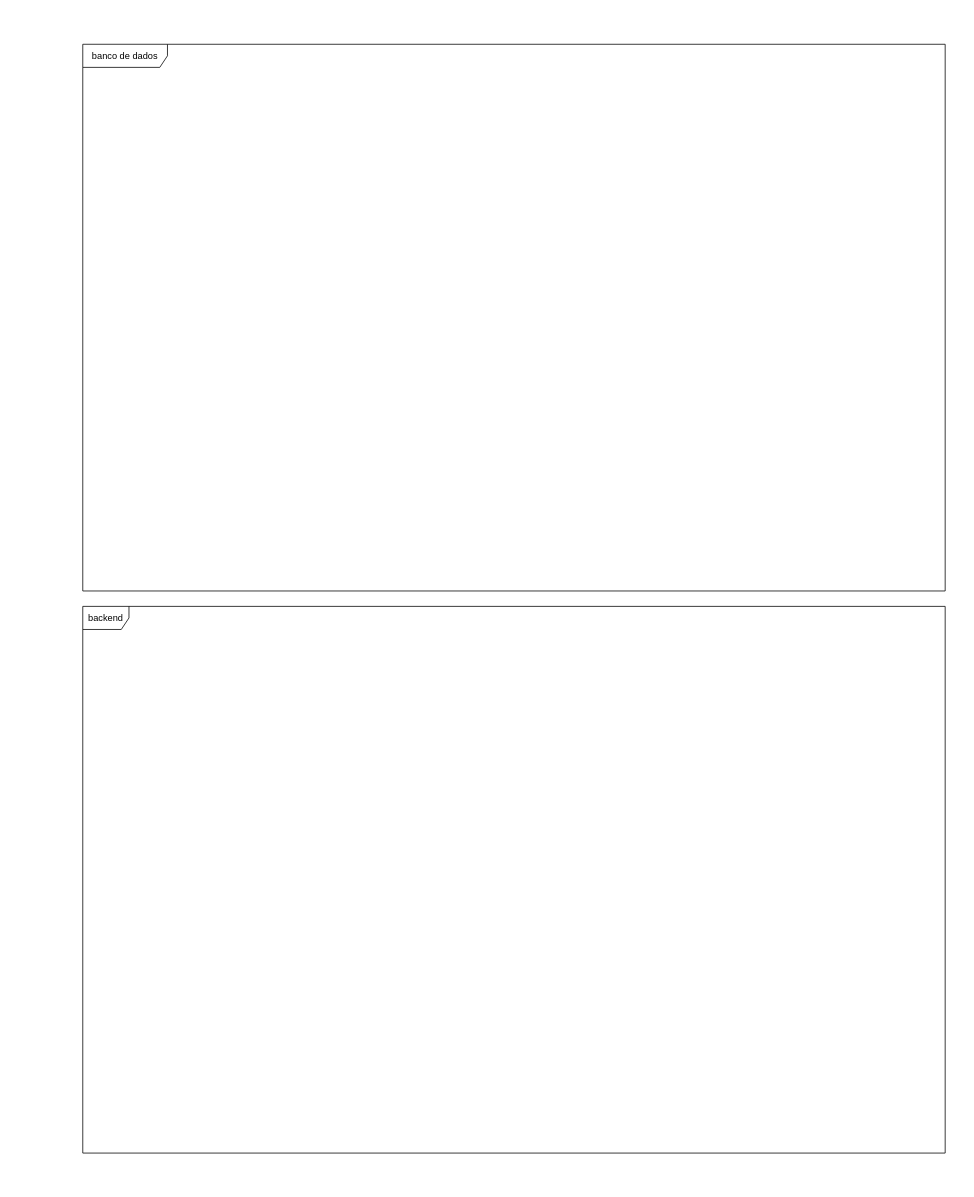
Before: page "EQ6" (6 of 8) of equipes.drawio in hannaBanannaOF/entra21-git-inicio, a draw.io diagram. Source tidied: cells renumbered, new cells numbered last; positions are measured from the earlier drawing's top-left corner, leaving out a move shared by most shapes. Both pictures are drawn from the tidied source at 77%, with x=0, y=0 at pixel (82, 44).
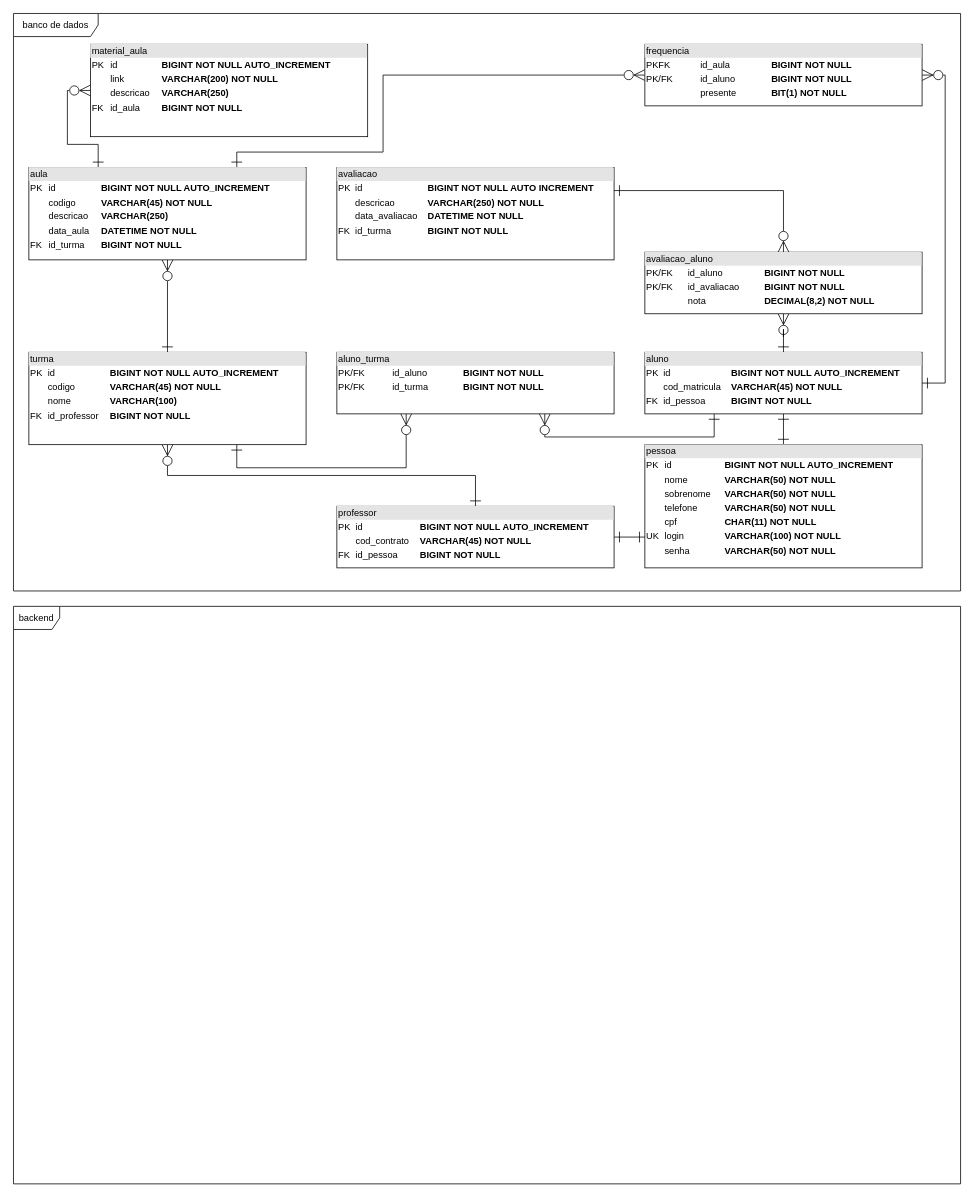
The same page after the edit.

What changed in the source:
```diff
@@
     <mxCell id="2" value="banco de dados" style="shape=umlFrame;whiteSpace=wrap;html=1;width=110;height=30;" parent="1" vertex="1">
-      <mxGeometry width="1120" height="710" as="geometry" />
+      <mxGeometry x="-90" y="-40" width="1230" height="750" as="geometry" />
     </mxCell>
     <mxCell id="3" value="backend" style="shape=umlFrame;whiteSpace=wrap;html=1;" parent="1" vertex="1">
-      <mxGeometry y="730" width="1120" height="710" as="geometry" />
+      <mxGeometry x="-90" y="730" width="1230" height="750" as="geometry" />
     </mxCell>
+    <mxCell id="4" style="edgeStyle=orthogonalEdgeStyle;rounded=0;jettySize=auto;html=1;exitX=0.5;exitY=0;exitDx=0;exitDy=0;entryX=0.5;entryY=1;entryDx=0;entryDy=0;startArrow=ERone;startFill=0;endArrow=ERone;endFill=0;endSize=12;startSize=12;" parent="1" edge="1" source="5" target="9">
+      <mxGeometry relative="1" as="geometry" />
+    </mxCell>
+    <mxCell id="5" value="&lt;div style=&quot;box-sizing:border-box;width:100%;background:#e4e4e4;padding:2px;&quot;&gt;pessoa&lt;/div&gt;&lt;table style=&quot;width:100%;font-size:1em;&quot; cellpadding=&quot;2&quot; cellspacing=&quot;0&quot;&gt;&lt;tbody&gt;&lt;tr&gt;&lt;td&gt;PK&lt;/td&gt;&lt;td&gt;id&amp;nbsp;&lt;/td&gt;&lt;td&gt;&lt;b&gt;BIGINT&amp;nbsp;NOT NULL AUTO_INCREMENT&lt;/b&gt;&lt;br&gt;&lt;/td&gt;&lt;/tr&gt;&lt;tr&gt;&lt;td&gt;&lt;br&gt;&lt;/td&gt;&lt;td&gt;nome&amp;nbsp;&lt;br&gt;&lt;/td&gt;&lt;td&gt;&lt;b&gt;VARCHAR(50) NOT NULL&lt;/b&gt;&lt;br&gt;&lt;/td&gt;&lt;/tr&gt;&lt;tr&gt;&lt;td&gt;&lt;br&gt;&lt;/td&gt;&lt;td&gt;sobrenome&amp;nbsp;&lt;br&gt;&lt;/td&gt;&lt;td&gt;&lt;b&gt;VARCHAR(50) NOT NULL&lt;/b&gt;&lt;br&gt;&lt;/td&gt;&lt;/tr&gt;&lt;tr&gt;&lt;td&gt;&lt;br&gt;&lt;/td&gt;&lt;td&gt;telefone&lt;/td&gt;&lt;td&gt;&lt;b&gt;VARCHAR(50) NOT NULL&lt;/b&gt;&lt;/td&gt;&lt;/tr&gt;&lt;tr&gt;&lt;td&gt;&lt;br&gt;&lt;/td&gt;&lt;td&gt;cpf&lt;/td&gt;&lt;td&gt;&lt;b&gt;CHAR(11) NOT NULL&lt;/b&gt;&lt;/td&gt;&lt;/tr&gt;&lt;tr&gt;&lt;td&gt;UK&lt;/td&gt;&lt;td&gt;login&lt;/td&gt;&lt;td&gt;&lt;b&gt;VARCHAR(100) NOT NULL&lt;/b&gt;&lt;/td&gt;&lt;/tr&gt;&lt;tr&gt;&lt;td&gt;&lt;br&gt;&lt;/td&gt;&lt;td&gt;senha&lt;/td&gt;&lt;td&gt;&lt;b&gt;VARCHAR(50) NOT NULL&lt;/b&gt;&lt;/td&gt;&lt;/tr&gt;&lt;/tbody&gt;&lt;/table&gt;" style="verticalAlign=top;align=left;overflow=fill;html=1;" parent="1" vertex="1">
+      <mxGeometry x="730" y="520" width="360" height="160" as="geometry" />
+    </mxCell>
+    <mxCell id="6" style="edgeStyle=orthogonalEdgeStyle;rounded=0;jettySize=auto;html=1;exitX=0.25;exitY=1;exitDx=0;exitDy=0;entryX=0.75;entryY=1;entryDx=0;entryDy=0;startArrow=ERone;startFill=0;endArrow=ERzeroToMany;endFill=0;startSize=12;endSize=12;" parent="1" edge="1" source="9" target="20">
+      <mxGeometry relative="1" as="geometry" />
+    </mxCell>
+    <mxCell id="7" style="edgeStyle=orthogonalEdgeStyle;rounded=0;jettySize=auto;html=1;exitX=0.5;exitY=0;exitDx=0;exitDy=0;startArrow=ERone;startFill=0;endArrow=ERzeroToMany;endFill=0;startSize=12;endSize=12;" parent="1" edge="1" source="9" target="24">
+      <mxGeometry relative="1" as="geometry" />
+    </mxCell>
+    <mxCell id="8" style="edgeStyle=orthogonalEdgeStyle;rounded=0;jettySize=auto;html=1;exitX=1;exitY=0.5;exitDx=0;exitDy=0;entryX=1;entryY=0.5;entryDx=0;entryDy=0;startArrow=ERone;startFill=0;endArrow=ERzeroToMany;endFill=0;startSize=12;endSize=12;" parent="1" edge="1" source="9" target="19">
+      <mxGeometry relative="1" as="geometry" />
+    </mxCell>
+    <mxCell id="9" value="&lt;div style=&quot;box-sizing:border-box;width:100%;background:#e4e4e4;padding:2px;&quot;&gt;aluno&lt;/div&gt;&lt;table style=&quot;width:100%;font-size:1em;&quot; cellpadding=&quot;2&quot; cellspacing=&quot;0&quot;&gt;&lt;tbody&gt;&lt;tr&gt;&lt;td&gt;PK&lt;/td&gt;&lt;td&gt;id&lt;/td&gt;&lt;td&gt;&lt;b&gt;BIGINT&lt;/b&gt;&amp;nbsp;&lt;b&gt;NOT NULL AUTO_INCREMENT&lt;/b&gt;&lt;br&gt;&lt;/td&gt;&lt;/tr&gt;&lt;tr&gt;&lt;td&gt;&lt;br&gt;&lt;/td&gt;&lt;td&gt;cod_matricula&lt;/td&gt;&lt;td&gt;&lt;b&gt;VARCHAR(45) NOT NULL&lt;/b&gt;&lt;/td&gt;&lt;/tr&gt;&lt;tr&gt;&lt;td&gt;FK&lt;/td&gt;&lt;td&gt;id_pessoa&lt;/td&gt;&lt;td&gt;&lt;b&gt;BIGINT NOT NULL&lt;/b&gt;&lt;/td&gt;&lt;/tr&gt;&lt;/tbody&gt;&lt;/table&gt;" style="verticalAlign=top;align=left;overflow=fill;html=1;" parent="1" vertex="1">
+      <mxGeometry x="730" y="400" width="360" height="80" as="geometry" />
+    </mxCell>
+    <mxCell id="10" style="edgeStyle=orthogonalEdgeStyle;rounded=0;jettySize=auto;html=1;exitX=1;exitY=0.5;exitDx=0;exitDy=0;entryX=0;entryY=0.75;entryDx=0;entryDy=0;startArrow=ERone;startFill=0;endArrow=ERone;endFill=0;startSize=12;endSize=12;" parent="1" edge="1" source="12" target="5">
+      <mxGeometry relative="1" as="geometry" />
+    </mxCell>
+    <mxCell id="11" style="edgeStyle=orthogonalEdgeStyle;rounded=0;jettySize=auto;html=1;exitX=0.5;exitY=0;exitDx=0;exitDy=0;entryX=0.5;entryY=1;entryDx=0;entryDy=0;startArrow=ERone;startFill=0;endArrow=ERzeroToMany;endFill=0;startSize=12;endSize=12;" parent="1" edge="1" source="12" target="15">
+      <mxGeometry relative="1" as="geometry" />
+    </mxCell>
+    <mxCell id="12" value="&lt;div style=&quot;box-sizing:border-box;width:100%;background:#e4e4e4;padding:2px;&quot;&gt;professor&lt;/div&gt;&lt;table style=&quot;width:100%;font-size:1em;&quot; cellpadding=&quot;2&quot; cellspacing=&quot;0&quot;&gt;&lt;tbody&gt;&lt;tr&gt;&lt;td&gt;PK&lt;/td&gt;&lt;td&gt;id&lt;/td&gt;&lt;td&gt;&lt;b&gt;BIGINT&lt;/b&gt;&amp;nbsp;&lt;b&gt;NOT NULL AUTO_INCREMENT&lt;/b&gt;&lt;br&gt;&lt;/td&gt;&lt;/tr&gt;&lt;tr&gt;&lt;td&gt;&lt;br&gt;&lt;/td&gt;&lt;td&gt;cod_contrato&lt;/td&gt;&lt;td&gt;&lt;b&gt;VARCHAR(45) NOT NULL&lt;/b&gt;&lt;/td&gt;&lt;/tr&gt;&lt;tr&gt;&lt;td&gt;FK&lt;/td&gt;&lt;td&gt;id_pessoa&lt;/td&gt;&lt;td&gt;&lt;b&gt;BIGINT NOT NULL&lt;/b&gt;&lt;/td&gt;&lt;/tr&gt;&lt;/tbody&gt;&lt;/table&gt;" style="verticalAlign=top;align=left;overflow=fill;html=1;" parent="1" vertex="1">
+      <mxGeometry x="330" y="600" width="360" height="80" as="geometry" />
+    </mxCell>
+    <mxCell id="13" style="edgeStyle=orthogonalEdgeStyle;rounded=0;jettySize=auto;html=1;exitX=0.5;exitY=0;exitDx=0;exitDy=0;entryX=0.5;entryY=1;entryDx=0;entryDy=0;startArrow=ERone;startFill=0;endArrow=ERzeroToMany;endFill=0;startSize=12;endSize=12;" parent="1" edge="1" source="15" target="18">
+      <mxGeometry relative="1" as="geometry" />
+    </mxCell>
+    <mxCell id="14" style="edgeStyle=orthogonalEdgeStyle;rounded=0;jettySize=auto;html=1;exitX=0.75;exitY=1;exitDx=0;exitDy=0;entryX=0.25;entryY=1;entryDx=0;entryDy=0;startArrow=ERone;startFill=0;endArrow=ERzeroToMany;endFill=0;startSize=12;endSize=12;" parent="1" edge="1" source="15" target="20">
+      <mxGeometry relative="1" as="geometry" />
+    </mxCell>
+    <mxCell id="15" value="&lt;div style=&quot;box-sizing:border-box;width:100%;background:#e4e4e4;padding:2px;&quot;&gt;turma&lt;/div&gt;&lt;table style=&quot;width:100%;font-size:1em;&quot; cellpadding=&quot;2&quot; cellspacing=&quot;0&quot;&gt;&lt;tbody&gt;&lt;tr&gt;&lt;td&gt;PK&lt;/td&gt;&lt;td&gt;id&lt;/td&gt;&lt;td&gt;&lt;b&gt;BIGINT&lt;/b&gt;&amp;nbsp;&lt;b&gt;NOT NULL AUTO_INCREMENT&lt;/b&gt;&lt;br&gt;&lt;/td&gt;&lt;/tr&gt;&lt;tr&gt;&lt;td&gt;&lt;br&gt;&lt;/td&gt;&lt;td&gt;codigo&lt;/td&gt;&lt;td&gt;&lt;b&gt;VARCHAR(45) NOT NULL&lt;/b&gt;&lt;/td&gt;&lt;/tr&gt;&lt;tr&gt;&lt;td&gt;&lt;br&gt;&lt;/td&gt;&lt;td&gt;nome&lt;/td&gt;&lt;td&gt;&lt;b&gt;VARCHAR(100)&lt;/b&gt;&lt;/td&gt;&lt;/tr&gt;&lt;tr&gt;&lt;td&gt;FK&lt;/td&gt;&lt;td&gt;id_professor&lt;/td&gt;&lt;td&gt;&lt;b&gt;BIGINT NOT NULL&lt;/b&gt;&lt;/td&gt;&lt;/tr&gt;&lt;/tbody&gt;&lt;/table&gt;" style="verticalAlign=top;align=left;overflow=fill;html=1;" parent="1" vertex="1">
+      <mxGeometry x="-70" y="400" width="360" height="120" as="geometry" />
+    </mxCell>
+    <mxCell id="16" style="edgeStyle=orthogonalEdgeStyle;rounded=0;jettySize=auto;html=1;exitX=0.25;exitY=0;exitDx=0;exitDy=0;entryX=0;entryY=0.5;entryDx=0;entryDy=0;startArrow=ERone;startFill=0;endArrow=ERzeroToMany;endFill=0;startSize=12;endSize=12;" parent="1" edge="1" source="18" target="21">
+      <mxGeometry relative="1" as="geometry" />
+    </mxCell>
+    <mxCell id="17" style="edgeStyle=orthogonalEdgeStyle;rounded=0;jettySize=auto;html=1;exitX=0.75;exitY=0;exitDx=0;exitDy=0;entryX=0;entryY=0.5;entryDx=0;entryDy=0;startArrow=ERone;startFill=0;endArrow=ERzeroToMany;endFill=0;startSize=12;endSize=12;" parent="1" edge="1" source="18" target="19">
+      <mxGeometry relative="1" as="geometry">
+        <Array as="points">
+          <mxPoint x="200" y="140" />
+          <mxPoint x="390" y="140" />
+          <mxPoint x="390" y="40" />
+        </Array>
+      </mxGeometry>
+    </mxCell>
+    <mxCell id="18" value="&lt;div style=&quot;box-sizing:border-box;width:100%;background:#e4e4e4;padding:2px;&quot;&gt;aula&lt;/div&gt;&lt;table style=&quot;width:100%;font-size:1em;&quot; cellpadding=&quot;2&quot; cellspacing=&quot;0&quot;&gt;&lt;tbody&gt;&lt;tr&gt;&lt;td&gt;PK&lt;/td&gt;&lt;td&gt;id&lt;/td&gt;&lt;td&gt;&lt;b&gt;BIGINT&lt;/b&gt;&amp;nbsp;&lt;b&gt;NOT NULL AUTO_INCREMENT&lt;/b&gt;&lt;br&gt;&lt;/td&gt;&lt;/tr&gt;&lt;tr&gt;&lt;td&gt;&lt;br&gt;&lt;/td&gt;&lt;td&gt;codigo&lt;/td&gt;&lt;td&gt;&lt;b&gt;VARCHAR(45) NOT NULL&lt;/b&gt;&lt;/td&gt;&lt;/tr&gt;&lt;tr&gt;&lt;td&gt;&lt;br&gt;&lt;/td&gt;&lt;td&gt;descricao&lt;/td&gt;&lt;td&gt;&lt;b&gt;VARCHAR(250)&lt;/b&gt;&lt;/td&gt;&lt;/tr&gt;&lt;tr&gt;&lt;td&gt;&lt;br&gt;&lt;/td&gt;&lt;td&gt;data_aula&lt;/td&gt;&lt;td&gt;&lt;b&gt;DATETIME NOT NULL&lt;/b&gt;&lt;/td&gt;&lt;/tr&gt;&lt;tr&gt;&lt;td&gt;FK&lt;/td&gt;&lt;td&gt;id_turma&lt;/td&gt;&lt;td&gt;&lt;b&gt;BIGINT NOT NULL&lt;/b&gt;&lt;/td&gt;&lt;/tr&gt;&lt;/tbody&gt;&lt;/table&gt;" style="verticalAlign=top;align=left;overflow=fill;html=1;" parent="1" vertex="1">
+      <mxGeometry x="-70" y="160" width="360" height="120" as="geometry" />
+    </mxCell>
+    <mxCell id="19" value="&lt;div style=&quot;box-sizing:border-box;width:100%;background:#e4e4e4;padding:2px;&quot;&gt;frequencia&lt;/div&gt;&lt;table style=&quot;width:100%;font-size:1em;&quot; cellpadding=&quot;2&quot; cellspacing=&quot;0&quot;&gt;&lt;tbody&gt;&lt;tr&gt;&lt;td&gt;PKFK&lt;/td&gt;&lt;td&gt;id_aula&lt;/td&gt;&lt;td&gt;&lt;b&gt;BIGINT&lt;/b&gt;&amp;nbsp;&lt;b&gt;NOT NULL&lt;/b&gt;&lt;br&gt;&lt;/td&gt;&lt;/tr&gt;&lt;tr&gt;&lt;td&gt;PK/FK&lt;/td&gt;&lt;td&gt;id_aluno&lt;/td&gt;&lt;td&gt;&lt;b&gt;BIGINT NOT NULL&lt;/b&gt;&lt;/td&gt;&lt;/tr&gt;&lt;tr&gt;&lt;td&gt;&lt;br&gt;&lt;/td&gt;&lt;td&gt;presente&lt;/td&gt;&lt;td&gt;&lt;b&gt;BIT(1) NOT NULL&lt;/b&gt;&lt;/td&gt;&lt;/tr&gt;&lt;/tbody&gt;&lt;/table&gt;" style="verticalAlign=top;align=left;overflow=fill;html=1;" parent="1" vertex="1">
+      <mxGeometry x="730" width="360" height="80" as="geometry" />
+    </mxCell>
+    <mxCell id="20" value="&lt;div style=&quot;box-sizing:border-box;width:100%;background:#e4e4e4;padding:2px;&quot;&gt;aluno_turma&lt;/div&gt;&lt;table style=&quot;width:100%;font-size:1em;&quot; cellpadding=&quot;2&quot; cellspacing=&quot;0&quot;&gt;&lt;tbody&gt;&lt;tr&gt;&lt;td&gt;PK/FK&lt;/td&gt;&lt;td&gt;id_aluno&lt;/td&gt;&lt;td&gt;&lt;b&gt;BIGINT&lt;/b&gt;&amp;nbsp;&lt;b&gt;NOT NULL&lt;/b&gt;&lt;br&gt;&lt;/td&gt;&lt;/tr&gt;&lt;tr&gt;&lt;td&gt;PK/FK&lt;/td&gt;&lt;td&gt;id_turma&lt;/td&gt;&lt;td&gt;&lt;b&gt;BIGINT NOT NULL&lt;/b&gt;&lt;/td&gt;&lt;/tr&gt;&lt;/tbody&gt;&lt;/table&gt;" style="verticalAlign=top;align=left;overflow=fill;html=1;" parent="1" vertex="1">
+      <mxGeometry x="330" y="400" width="360" height="80" as="geometry" />
+    </mxCell>
+    <mxCell id="21" value="&lt;div style=&quot;box-sizing:border-box;width:100%;background:#e4e4e4;padding:2px;&quot;&gt;material_aula&lt;/div&gt;&lt;table style=&quot;width:100%;font-size:1em;&quot; cellpadding=&quot;2&quot; cellspacing=&quot;0&quot;&gt;&lt;tbody&gt;&lt;tr&gt;&lt;td&gt;PK&lt;/td&gt;&lt;td&gt;id&lt;/td&gt;&lt;td&gt;&lt;b&gt;BIGINT&lt;/b&gt;&amp;nbsp;&lt;b&gt;NOT NULL AUTO_INCREMENT&lt;/b&gt;&lt;br&gt;&lt;/td&gt;&lt;/tr&gt;&lt;tr&gt;&lt;td&gt;&lt;br&gt;&lt;/td&gt;&lt;td&gt;link&lt;/td&gt;&lt;td&gt;&lt;b&gt;VARCHAR(200) NOT NULL&lt;/b&gt;&lt;/td&gt;&lt;/tr&gt;&lt;tr&gt;&lt;td&gt;&lt;br&gt;&lt;/td&gt;&lt;td&gt;descricao&lt;/td&gt;&lt;td&gt;&lt;b&gt;VARCHAR(250)&lt;/b&gt;&lt;/td&gt;&lt;/tr&gt;&lt;tr&gt;&lt;td&gt;FK&lt;/td&gt;&lt;td&gt;id_aula&lt;/td&gt;&lt;td&gt;&lt;b&gt;BIGINT NOT NULL&lt;/b&gt;&lt;/td&gt;&lt;/tr&gt;&lt;/tbody&gt;&lt;/table&gt;" style="verticalAlign=top;align=left;overflow=fill;html=1;" parent="1" vertex="1">
+      <mxGeometry x="10" width="360" height="120" as="geometry" />
+    </mxCell>
+    <mxCell id="22" style="edgeStyle=orthogonalEdgeStyle;rounded=0;jettySize=auto;html=1;exitX=1;exitY=0.25;exitDx=0;exitDy=0;entryX=0.5;entryY=0;entryDx=0;entryDy=0;startArrow=ERone;startFill=0;endArrow=ERzeroToMany;endFill=0;startSize=12;endSize=12;" parent="1" edge="1" source="23" target="24">
+      <mxGeometry relative="1" as="geometry" />
+    </mxCell>
+    <mxCell id="23" value="&lt;div style=&quot;box-sizing:border-box;width:100%;background:#e4e4e4;padding:2px;&quot;&gt;avaliacao&lt;/div&gt;&lt;table style=&quot;width:100%;font-size:1em;&quot; cellpadding=&quot;2&quot; cellspacing=&quot;0&quot;&gt;&lt;tbody&gt;&lt;tr&gt;&lt;td&gt;PK&lt;/td&gt;&lt;td&gt;id&lt;/td&gt;&lt;td&gt;&lt;b&gt;BIGINT&lt;/b&gt;&amp;nbsp;&lt;b&gt;NOT NULL AUTO INCREMENT&lt;/b&gt;&lt;br&gt;&lt;/td&gt;&lt;/tr&gt;&lt;tr&gt;&lt;td&gt;&lt;br&gt;&lt;/td&gt;&lt;td&gt;descricao&lt;/td&gt;&lt;td&gt;&lt;b&gt;VARCHAR(250) NOT NULL&lt;/b&gt;&lt;/td&gt;&lt;/tr&gt;&lt;tr&gt;&lt;td&gt;&lt;br&gt;&lt;/td&gt;&lt;td&gt;data_avaliacao&lt;/td&gt;&lt;td&gt;&lt;b&gt;DATETIME NOT NULL&lt;/b&gt;&lt;/td&gt;&lt;/tr&gt;&lt;tr&gt;&lt;td&gt;FK&lt;/td&gt;&lt;td&gt;id_turma&lt;/td&gt;&lt;td&gt;&lt;b&gt;BIGINT NOT NULL&lt;/b&gt;&lt;/td&gt;&lt;/tr&gt;&lt;/tbody&gt;&lt;/table&gt;" style="verticalAlign=top;align=left;overflow=fill;html=1;" parent="1" vertex="1">
+      <mxGeometry x="330" y="160" width="360" height="120" as="geometry" />
+    </mxCell>
+    <mxCell id="24" value="&lt;div style=&quot;box-sizing:border-box;width:100%;background:#e4e4e4;padding:2px;&quot;&gt;avaliacao_aluno&lt;/div&gt;&lt;table style=&quot;width:100%;font-size:1em;&quot; cellpadding=&quot;2&quot; cellspacing=&quot;0&quot;&gt;&lt;tbody&gt;&lt;tr&gt;&lt;td&gt;PK/FK&lt;/td&gt;&lt;td&gt;id_aluno&lt;/td&gt;&lt;td&gt;&lt;b&gt;BIGINT&lt;/b&gt;&amp;nbsp;&lt;b&gt;NOT NULL&lt;/b&gt;&lt;br&gt;&lt;/td&gt;&lt;/tr&gt;&lt;tr&gt;&lt;td&gt;PK/FK&lt;/td&gt;&lt;td&gt;id_avaliacao&lt;/td&gt;&lt;td&gt;&lt;b&gt;BIGINT NOT NULL&lt;/b&gt;&lt;/td&gt;&lt;/tr&gt;&lt;tr&gt;&lt;td&gt;&lt;br&gt;&lt;/td&gt;&lt;td&gt;nota&lt;/td&gt;&lt;td&gt;&lt;b&gt;DECIMAL(8,2) NOT NULL&lt;/b&gt;&lt;/td&gt;&lt;/tr&gt;&lt;/tbody&gt;&lt;/table&gt;" style="verticalAlign=top;align=left;overflow=fill;html=1;" parent="1" vertex="1">
+      <mxGeometry x="730" y="270" width="360" height="80" as="geometry" />
+    </mxCell>
```
